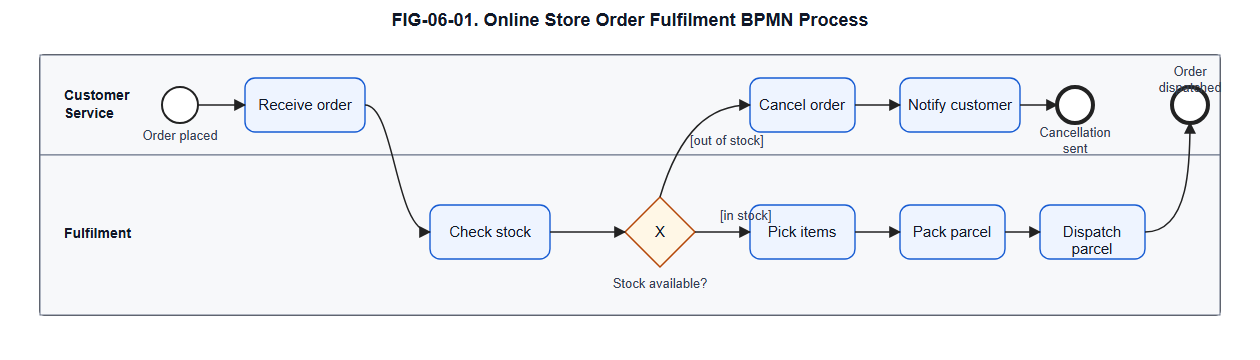
Before: diagrams/exported/png/FIG-06-01-online-store-order-fulfilment-process.png, a diagram exported from BPMN (nishikanttiwari01/Architecture_Modelling). Its source is kept beside it as diagrams/source/bpmn/FIG-06-01-online-store-order-fulfilment-process.bpmn. Ids are renumbered.
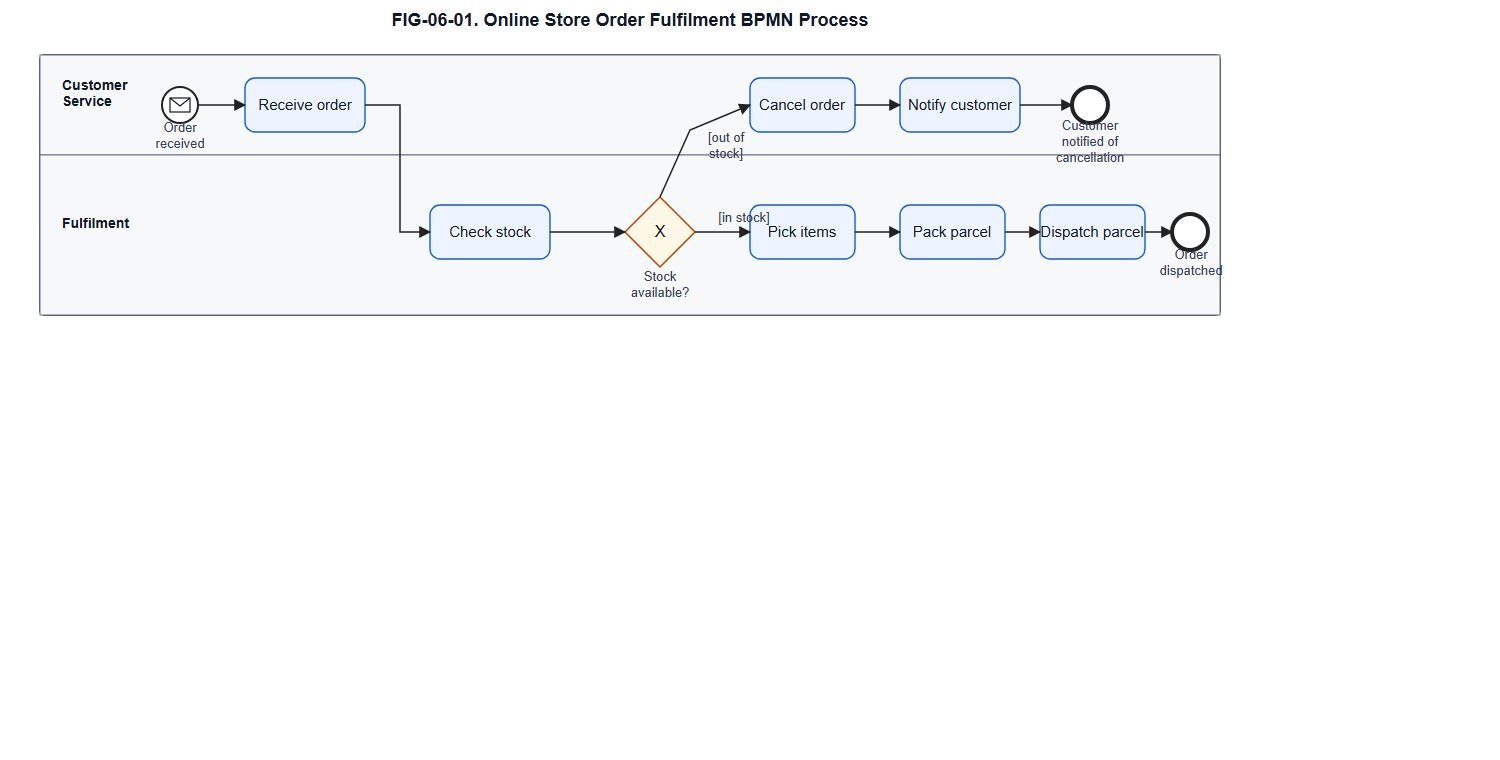
After the commit.

Diff of the diagram source:
```diff
@@ -1,8 +1,12 @@
-<bpmn:definitions xmlns:bpmn="http://www.omg.org/spec/BPMN/20100524/MODEL" id="Definitions_FIG_06_01" targetNamespace="https://example.local/architecture-modelling/chapter-06">
+<bpmn:definitions xmlns:bpmn="http://www.omg.org/spec/BPMN/20100524/MODEL" xmlns:bpmndi="http://www.omg.org/spec/BPMN/20100524/DI" xmlns:dc="http://www.omg.org/spec/DD/20100524/DC" xmlns:di="http://www.omg.org/spec/DD/20100524/DI" id="Definitions_FIG_06_01" targetNamespace="https://example.local/architecture-modelling/chapter-06">
+  <bpmn:message id="Message_OrderReceived" name="Order received" />
+  <bpmn:collaboration id="Collaboration_OnlineStoreOrderFulfilment" name="Online Store order fulfilment">
+    <bpmn:participant id="Participant_OnlineStore" name="Online Store" processRef="Process_OnlineStoreOrderFulfilment" />
+  </bpmn:collaboration>
   <bpmn:process id="Process_OnlineStoreOrderFulfilment" name="Online Store order fulfilment" isExecutable="false">
     <bpmn:laneSet id="LaneSet_OnlineStore">
       <bpmn:lane id="Lane_CustomerService" name="Customer Service">
-        <bpmn:flowNodeRef>Start_OrderPlaced</bpmn:flowNodeRef>
+        <bpmn:flowNodeRef>Start_OrderReceived</bpmn:flowNodeRef>
         <bpmn:flowNodeRef>Task_ReceiveOrder</bpmn:flowNodeRef>
         <bpmn:flowNodeRef>Task_CancelOrder</bpmn:flowNodeRef>
         <bpmn:flowNodeRef>Task_NotifyCustomer</bpmn:flowNodeRef>
@@ -17,8 +21,9 @@
         <bpmn:flowNodeRef>End_OrderDispatched</bpmn:flowNodeRef>
       </bpmn:lane>
     </bpmn:laneSet>
-    <bpmn:startEvent id="Start_OrderPlaced" name="Order placed">
+    <bpmn:startEvent id="Start_OrderReceived" name="Order received">
       <bpmn:outgoing>Flow_01</bpmn:outgoing>
+      <bpmn:messageEventDefinition id="MessageEventDefinition_OrderReceived" messageRef="Message_OrderReceived" />
     </bpmn:startEvent>
     <bpmn:task id="Task_ReceiveOrder" name="Receive order">
       <bpmn:incoming>Flow_01</bpmn:incoming>
@@ -59,7 +64,7 @@
     <bpmn:endEvent id="End_CancellationNotified" name="Customer notified of cancellation">
       <bpmn:incoming>Flow_08</bpmn:incoming>
     </bpmn:endEvent>
-    <bpmn:sequenceFlow id="Flow_01" sourceRef="Start_OrderPlaced" targetRef="Task_ReceiveOrder" />
+    <bpmn:sequenceFlow id="Flow_01" sourceRef="Start_OrderReceived" targetRef="Task_ReceiveOrder" />
     <bpmn:sequenceFlow id="Flow_02" sourceRef="Task_ReceiveOrder" targetRef="Task_CheckStock" />
     <bpmn:sequenceFlow id="Flow_03" sourceRef="Task_CheckStock" targetRef="Gateway_StockAvailable" />
     <bpmn:sequenceFlow id="Flow_InStock" name="in stock" sourceRef="Gateway_StockAvailable" targetRef="Task_PickItems" />
@@ -70,4 +75,56 @@
     <bpmn:sequenceFlow id="Flow_07" sourceRef="Task_CancelOrder" targetRef="Task_NotifyCustomer" />
     <bpmn:sequenceFlow id="Flow_08" sourceRef="Task_NotifyCustomer" targetRef="End_CancellationNotified" />
   </bpmn:process>
+  <bpmndi:BPMNDiagram id="BPMNDiagram_FIG_06_01">
+    <bpmndi:BPMNPlane id="BPMNPlane_FIG_06_01" bpmnElement="Collaboration_OnlineStoreOrderFulfilment">
+      <bpmndi:BPMNShape id="Shape_Participant_OnlineStore" bpmnElement="Participant_OnlineStore" isHorizontal="true">
+        <dc:Bounds x="40" y="55" width="1180" height="260" />
+      </bpmndi:BPMNShape>
+      <bpmndi:BPMNShape id="Shape_Lane_CustomerService" bpmnElement="Lane_CustomerService" isHorizontal="true">
+        <dc:Bounds x="40" y="55" width="1180" height="100" />
+      </bpmndi:BPMNShape>
+      <bpmndi:BPMNShape id="Shape_Lane_Fulfilment" bpmnElement="Lane_Fulfilment" isHorizontal="true">
+        <dc:Bounds x="40" y="155" width="1180" height="160" />
+      </bpmndi:BPMNShape>
+      <bpmndi:BPMNShape id="Shape_Start_OrderReceived" bpmnElement="Start_OrderReceived">
+        <dc:Bounds x="162" y="87" width="36" height="36" />
+        <bpmndi:BPMNLabel><dc:Bounds x="138" y="128" width="84" height="24" /></bpmndi:BPMNLabel>
+      </bpmndi:BPMNShape>
+      <bpmndi:BPMNShape id="Shape_Task_ReceiveOrder" bpmnElement="Task_ReceiveOrder"><dc:Bounds x="245" y="78" width="120" height="54" /></bpmndi:BPMNShape>
+      <bpmndi:BPMNShape id="Shape_Task_CheckStock" bpmnElement="Task_CheckStock"><dc:Bounds x="430" y="205" width="120" height="54" /></bpmndi:BPMNShape>
+      <bpmndi:BPMNShape id="Shape_Gateway_StockAvailable" bpmnElement="Gateway_StockAvailable" isMarkerVisible="true">
+        <dc:Bounds x="625" y="197" width="70" height="70" />
+        <bpmndi:BPMNLabel><dc:Bounds x="610" y="277" width="100" height="20" /></bpmndi:BPMNLabel>
+      </bpmndi:BPMNShape>
+      <bpmndi:BPMNShape id="Shape_Task_PickItems" bpmnElement="Task_PickItems"><dc:Bounds x="750" y="205" width="105" height="54" /></bpmndi:BPMNShape>
+      <bpmndi:BPMNShape id="Shape_Task_PackParcel" bpmnElement="Task_PackParcel"><dc:Bounds x="900" y="205" width="105" height="54" /></bpmndi:BPMNShape>
+      <bpmndi:BPMNShape id="Shape_Task_DispatchParcel" bpmnElement="Task_DispatchParcel"><dc:Bounds x="1040" y="205" width="105" height="54" /></bpmndi:BPMNShape>
+      <bpmndi:BPMNShape id="Shape_End_OrderDispatched" bpmnElement="End_OrderDispatched">
+        <dc:Bounds x="1172" y="214" width="36" height="36" />
+        <bpmndi:BPMNLabel><dc:Bounds x="1148" y="255" width="86" height="24" /></bpmndi:BPMNLabel>
+      </bpmndi:BPMNShape>
+      <bpmndi:BPMNShape id="Shape_Task_CancelOrder" bpmnElement="Task_CancelOrder"><dc:Bounds x="750" y="78" width="105" height="54" /></bpmndi:BPMNShape>
+      <bpmndi:BPMNShape id="Shape_Task_NotifyCustomer" bpmnElement="Task_NotifyCustomer"><dc:Bounds x="900" y="78" width="120" height="54" /></bpmndi:BPMNShape>
+      <bpmndi:BPMNShape id="Shape_End_CancellationNotified" bpmnElement="End_CancellationNotified">
+        <dc:Bounds x="1072" y="87" width="36" height="36" />
+        <bpmndi:BPMNLabel><dc:Bounds x="1036" y="128" width="108" height="36" /></bpmndi:BPMNLabel>
+      </bpmndi:BPMNShape>
+      <bpmndi:BPMNEdge id="Edge_Flow_01" bpmnElement="Flow_01"><di:waypoint x="198" y="105" /><di:waypoint x="245" y="105" /></bpmndi:BPMNEdge>
+      <bpmndi:BPMNEdge id="Edge_Flow_02" bpmnElement="Flow_02"><di:waypoint x="365" y="105" /><di:waypoint x="400" y="105" /><di:waypoint x="400" y="232" /><di:waypoint x="430" y="232" /></bpmndi:BPMNEdge>
+      <bpmndi:BPMNEdge id="Edge_Flow_03" bpmnElement="Flow_03"><di:waypoint x="550" y="232" /><di:waypoint x="625" y="232" /></bpmndi:BPMNEdge>
+      <bpmndi:BPMNEdge id="Edge_Flow_InStock" bpmnElement="Flow_InStock">
+        <di:waypoint x="695" y="232" /><di:waypoint x="750" y="232" />
+        <bpmndi:BPMNLabel><dc:Bounds x="704" y="210" width="80" height="18" /></bpmndi:BPMNLabel>
+      </bpmndi:BPMNEdge>
+      <bpmndi:BPMNEdge id="Edge_Flow_04" bpmnElement="Flow_04"><di:waypoint x="855" y="232" /><di:waypoint x="900" y="232" /></bpmndi:BPMNEdge>
+      <bpmndi:BPMNEdge id="Edge_Flow_05" bpmnElement="Flow_05"><di:waypoint x="1005" y="232" /><di:waypoint x="1040" y="232" /></bpmndi:BPMNEdge>
+      <bpmndi:BPMNEdge id="Edge_Flow_06" bpmnElement="Flow_06"><di:waypoint x="1145" y="232" /><di:waypoint x="1172" y="232" /></bpmndi:BPMNEdge>
+      <bpmndi:BPMNEdge id="Edge_Flow_OutOfStock" bpmnElement="Flow_OutOfStock">
+        <di:waypoint x="660" y="197" /><di:waypoint x="690" y="130" /><di:waypoint x="750" y="105" />
+        <bpmndi:BPMNLabel><dc:Bounds x="682" y="138" width="88" height="18" /></bpmndi:BPMNLabel>
+      </bpmndi:BPMNEdge>
+      <bpmndi:BPMNEdge id="Edge_Flow_07" bpmnElement="Flow_07"><di:waypoint x="855" y="105" /><di:waypoint x="900" y="105" /></bpmndi:BPMNEdge>
+      <bpmndi:BPMNEdge id="Edge_Flow_08" bpmnElement="Flow_08"><di:waypoint x="1020" y="105" /><di:waypoint x="1072" y="105" /></bpmndi:BPMNEdge>
+    </bpmndi:BPMNPlane>
+  </bpmndi:BPMNDiagram>
 </bpmn:definitions>
```
